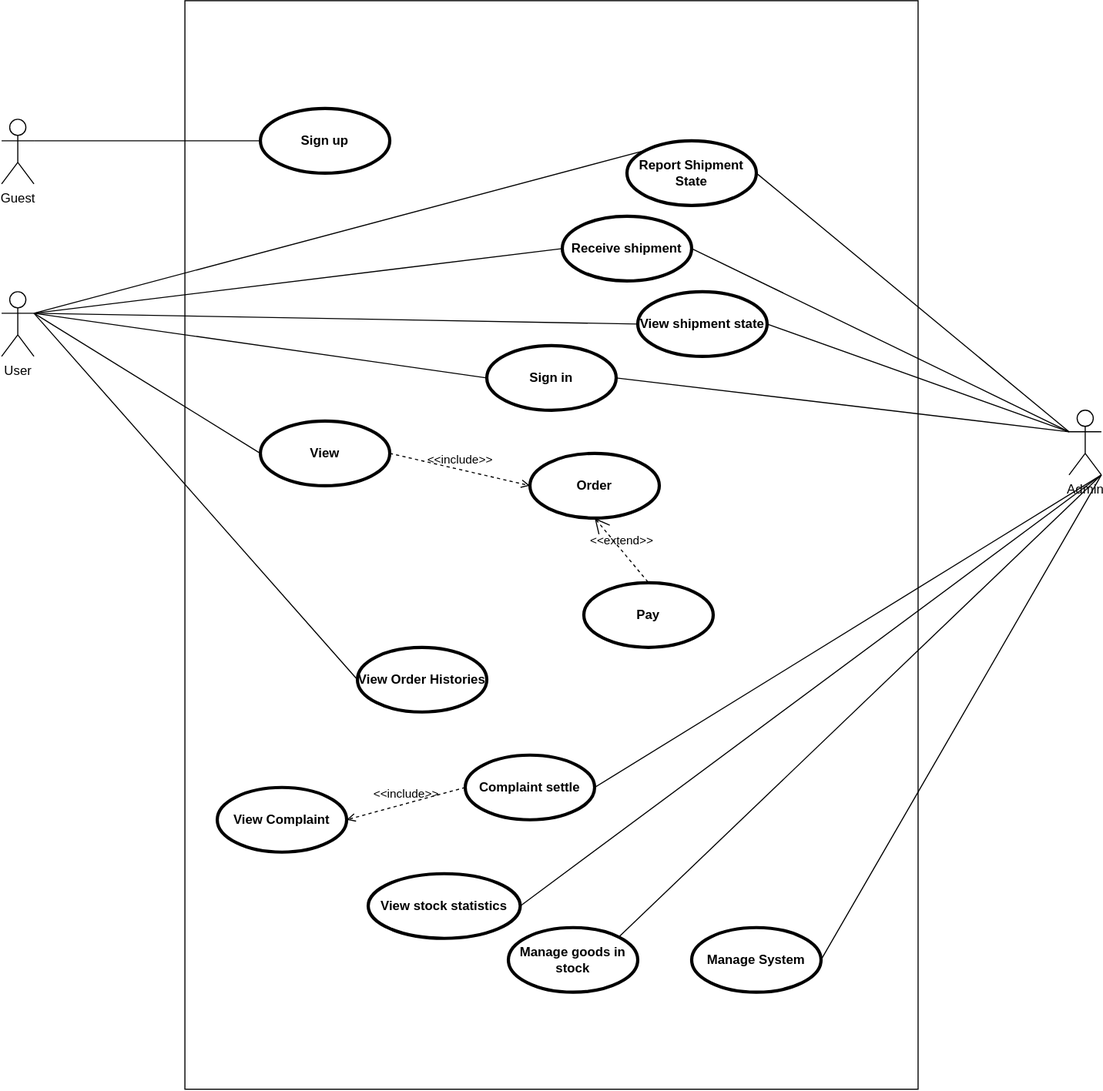
This is System_Design/UseCase/UseCase_DR.svg from giakhangnguyenlam/WebsiteTangQua, a draw.io export, as it was before one commit. Source tidied: cells renumbered, new cells last; positions are measured from the earlier drawing's top-left corner, leaving out a move shared by most shapes.
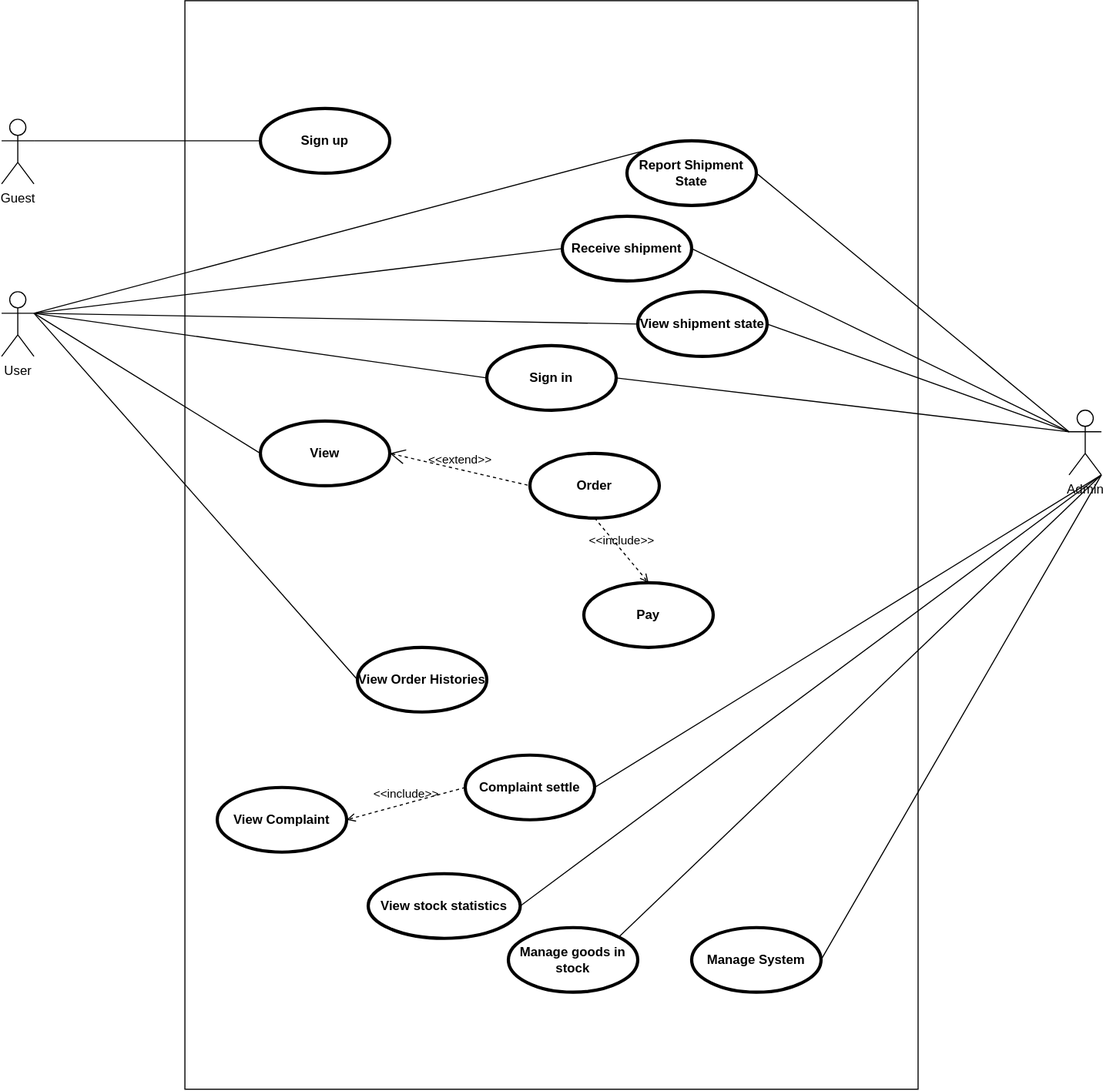
The same diagram one commit later.

Diff of the diagram source:
```diff
@@ -104,10 +104,10 @@
     <mxCell id="35" value="&amp;lt;&amp;lt;include&amp;gt;&amp;gt;" style="edgeStyle=none;html=1;endArrow=open;verticalAlign=bottom;dashed=1;labelBackgroundColor=none;exitX=0;exitY=0.5;exitDx=0;exitDy=0;entryX=1;entryY=0.5;entryDx=0;entryDy=0;" parent="1" edge="1" source="8" target="15">
       <mxGeometry relative="1" as="geometry" />
     </mxCell>
-    <mxCell id="36" value="&amp;lt;&amp;lt;extend&amp;gt;&amp;gt;" style="edgeStyle=none;html=1;startArrow=open;endArrow=none;startSize=12;verticalAlign=bottom;dashed=1;labelBackgroundColor=none;exitX=0.5;exitY=1;exitDx=0;exitDy=0;entryX=0.5;entryY=0;entryDx=0;entryDy=0;" parent="1" edge="1" source="4" target="7">
+    <mxCell id="36" value="&amp;lt;&amp;lt;extend&amp;gt;&amp;gt;" style="edgeStyle=none;html=1;startArrow=open;endArrow=none;startSize=12;verticalAlign=bottom;dashed=1;labelBackgroundColor=none;exitX=1;exitY=0.5;exitDx=0;exitDy=0;entryX=0;entryY=0.5;entryDx=0;entryDy=0;" parent="1" edge="1" source="3" target="4">
       <mxGeometry relative="1" as="geometry" />
     </mxCell>
-    <mxCell id="37" value="&amp;lt;&amp;lt;include&amp;gt;&amp;gt;" style="edgeStyle=none;html=1;endArrow=open;verticalAlign=bottom;dashed=1;labelBackgroundColor=none;exitX=1;exitY=0.5;exitDx=0;exitDy=0;entryX=0;entryY=0.5;entryDx=0;entryDy=0;" parent="1" edge="1" source="3" target="4">
+    <mxCell id="37" value="&amp;lt;&amp;lt;include&amp;gt;&amp;gt;" style="edgeStyle=none;html=1;endArrow=open;verticalAlign=bottom;dashed=1;labelBackgroundColor=none;entryX=0.5;entryY=0;entryDx=0;entryDy=0;exitX=0.5;exitY=1;exitDx=0;exitDy=0;" parent="1" edge="1" source="4" target="7">
       <mxGeometry relative="1" as="geometry" />
     </mxCell>
   </root>
```
